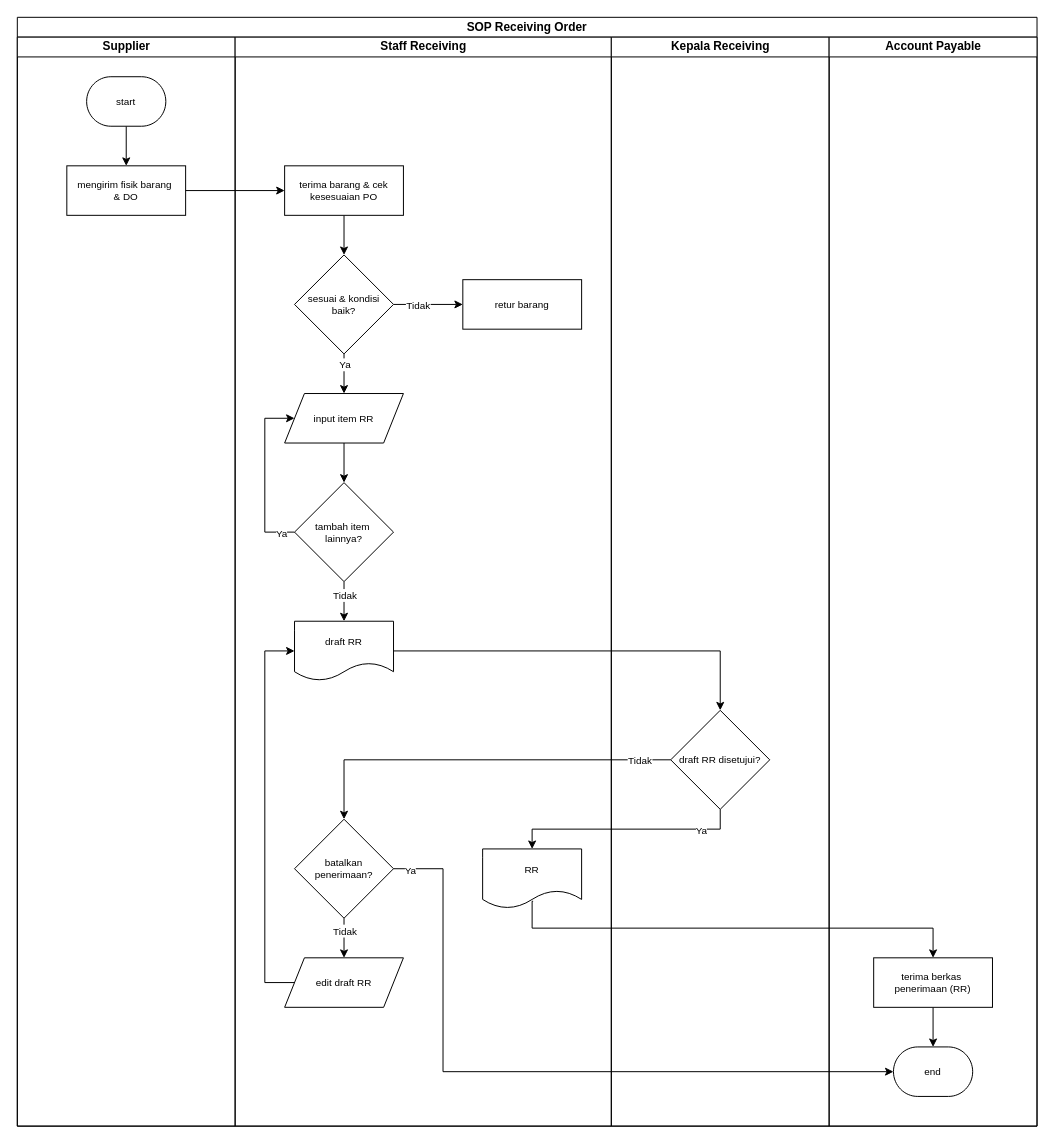
Above: page "SOP Receiving" (5 of 7) of UAS_ADSI.drawio in elikawicaksana/BuildIT_BasisData (draw.io), before the change. Source tidied: cells renumbered, new cells numbered last; positions are measured from the earlier drawing's top-left corner, leaving out a move shared by most shapes. Both pictures are drawn from the tidied source at 99%, with x=0, y=0 at pixel (17, 17).
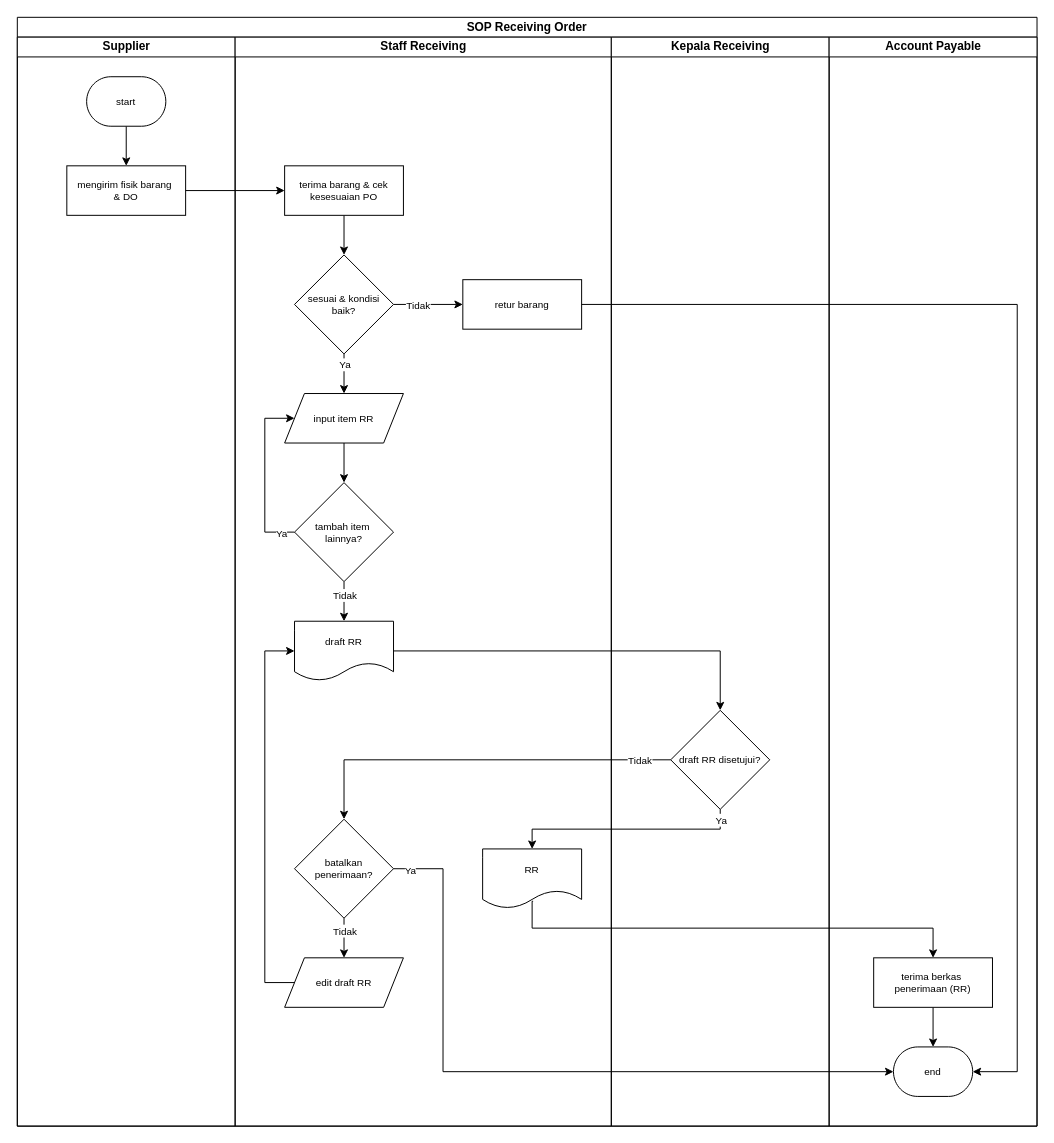
Above is the later version.

The change refers to these unchanged cells:
```xml
<mxCell id="2" value="SOP Receiving Order" style="swimlane;html=1;startSize=20;whiteSpace=wrap;" parent="1" vertex="1">
  <mxGeometry width="1030" height="1120" as="geometry" />
</mxCell>
<mxCell id="15" value="retur barang" style="rounded=0;whiteSpace=wrap;html=1;absoluteArcSize=1;arcSize=7;strokeWidth=1;fontSize=10;" parent="7" vertex="1">
  <mxGeometry x="230" y="245" width="120" height="50" as="geometry" />
</mxCell>
<mxCell id="33" value="end" style="strokeWidth=1;html=1;shape=mxgraph.flowchart.terminator;whiteSpace=wrap;fontSize=10;align=center;horizontal=1;spacing=0;" parent="26" vertex="1">
  <mxGeometry x="65" y="1020" width="80" height="50" as="geometry" />
</mxCell>
<mxCell id="43" style="edgeStyle=orthogonalEdgeStyle;rounded=0;jettySize=auto;html=1;entryX=0.5;entryY=0;entryDx=0;entryDy=0;exitX=0.5;exitY=1;exitDx=0;exitDy=0;" parent="2" edge="1" source="25" target="28">
  <mxGeometry relative="1" as="geometry">
    <Array as="points">
      <mxPoint x="710" y="820" />
      <mxPoint x="520" y="820" />
    </Array>
  </mxGeometry>
</mxCell>
```

Change to the diagram source:
```diff
@@
     <mxCell id="44" value="&lt;font style=&quot;font-size: 10px;&quot;&gt;Ya&lt;/font&gt;" style="edgeLabel;html=1;align=center;verticalAlign=middle;" parent="43" vertex="1">
       <mxGeometry x="-0.94" y="-2" relative="1" as="geometry">
-        <mxPoint x="-18" y="13" as="offset" />
+        <mxPoint x="2" y="3" as="offset" />
       </mxGeometry>
     </mxCell>
+    <mxCell id="45" style="edgeStyle=orthogonalEdgeStyle;rounded=0;jettySize=auto;html=1;entryX=1;entryY=0.5;entryDx=0;entryDy=0;entryPerimeter=0;" parent="2" edge="1" source="15" target="33">
+      <mxGeometry relative="1" as="geometry">
+        <Array as="points">
+          <mxPoint x="1010" y="290" />
+          <mxPoint x="1010" y="1065" />
+        </Array>
+      </mxGeometry>
+    </mxCell>
```
